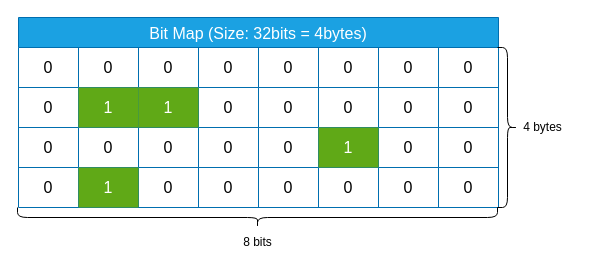
caoaolong/coding-soul-docs keeps this draw.io diagram as page "位图-结构" (3 of 3) of images/数据结构.drawio. Above is the earlier version. Source tidied: cells renumbered, new cells numbered last; positions are measured from the earlier drawing's top-left corner, leaving out a move shared by most shapes. Both pictures are drawn from the tidied source at 100%, with x=0, y=0 at pixel (18, -23).
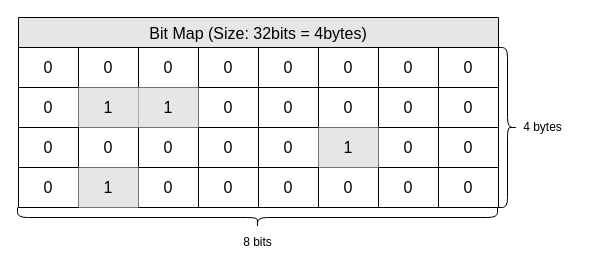
The same diagram, later.

What changed in the source:
```diff
@@
-    <mxCell id="2" value="Bit Map (Size: 32bits = 4bytes)" style="shape=table;startSize=30;childLayout=tableLayout;strokeColor=#006EAF;fontSize=16;fillColor=#1ba1e2;fontColor=#ffffff;" parent="1" vertex="1">
+    <mxCell id="2" value="Bit Map (Size: 32bits = 4bytes)" style="shape=table;startSize=30;childLayout=tableLayout;fontSize=16;labelBackgroundColor=none;fillColor=#E6E6E6;" parent="1" vertex="1">
       <mxGeometry y="40" width="480" height="190" as="geometry" />
     </mxCell>
-    <mxCell id="3" style="shape=tableRow;horizontal=0;startSize=0;swimlaneHead=0;swimlaneBody=0;strokeColor=inherit;top=0;left=0;bottom=0;right=0;fillColor=none;fontSize=16;" parent="2" vertex="1">
+    <mxCell id="3" style="shape=tableRow;horizontal=0;startSize=0;swimlaneHead=0;swimlaneBody=0;top=0;left=0;bottom=0;right=0;fillColor=none;fontSize=16;labelBackgroundColor=none;" parent="2" vertex="1">
       <mxGeometry y="30" width="480" height="40" as="geometry" />
     </mxCell>
-    <mxCell id="4" value="0" style="shape=partialRectangle;html=1;whiteSpace=wrap;strokeColor=inherit;overflow=hidden;fillColor=none;top=0;left=0;bottom=0;right=0;fontSize=16;" parent="3" vertex="1">
+    <mxCell id="4" value="0" style="shape=partialRectangle;html=1;whiteSpace=wrap;overflow=hidden;fillColor=none;top=0;left=0;bottom=0;right=0;fontSize=16;labelBackgroundColor=none;" parent="3" vertex="1">
       <mxGeometry width="60" height="40" as="geometry" />
     </mxCell>
-    <mxCell id="5" value="0" style="shape=partialRectangle;html=1;whiteSpace=wrap;strokeColor=inherit;overflow=hidden;fillColor=none;top=0;left=0;bottom=0;right=0;fontSize=16;" parent="3" vertex="1">
+    <mxCell id="5" value="0" style="shape=partialRectangle;html=1;whiteSpace=wrap;overflow=hidden;fillColor=none;top=0;left=0;bottom=0;right=0;fontSize=16;labelBackgroundColor=none;" parent="3" vertex="1">
       <mxGeometry x="60" width="60" height="40" as="geometry" />
     </mxCell>
-    <mxCell id="6" value="0" style="shape=partialRectangle;html=1;whiteSpace=wrap;strokeColor=inherit;overflow=hidden;fillColor=none;top=0;left=0;bottom=0;right=0;fontSize=16;" parent="3" vertex="1">
+    <mxCell id="6" value="0" style="shape=partialRectangle;html=1;whiteSpace=wrap;overflow=hidden;fillColor=none;top=0;left=0;bottom=0;right=0;fontSize=16;labelBackgroundColor=none;" parent="3" vertex="1">
       <mxGeometry x="120" width="60" height="40" as="geometry" />
     </mxCell>
-    <mxCell id="7" value="0" style="shape=partialRectangle;html=1;whiteSpace=wrap;strokeColor=inherit;overflow=hidden;fillColor=none;top=0;left=0;bottom=0;right=0;fontSize=16;" parent="3" vertex="1">
+    <mxCell id="7" value="0" style="shape=partialRectangle;html=1;whiteSpace=wrap;overflow=hidden;fillColor=none;top=0;left=0;bottom=0;right=0;fontSize=16;labelBackgroundColor=none;" parent="3" vertex="1">
       <mxGeometry x="180" width="60" height="40" as="geometry" />
     </mxCell>
-    <mxCell id="8" value="0" style="shape=partialRectangle;html=1;whiteSpace=wrap;strokeColor=inherit;overflow=hidden;fillColor=none;top=0;left=0;bottom=0;right=0;fontSize=16;" parent="3" vertex="1">
+    <mxCell id="8" value="0" style="shape=partialRectangle;html=1;whiteSpace=wrap;overflow=hidden;fillColor=none;top=0;left=0;bottom=0;right=0;fontSize=16;labelBackgroundColor=none;" parent="3" vertex="1">
       <mxGeometry x="240" width="60" height="40" as="geometry" />
     </mxCell>
-    <mxCell id="9" value="0" style="shape=partialRectangle;html=1;whiteSpace=wrap;strokeColor=inherit;overflow=hidden;fillColor=none;top=0;left=0;bottom=0;right=0;fontSize=16;" parent="3" vertex="1">
+    <mxCell id="9" value="0" style="shape=partialRectangle;html=1;whiteSpace=wrap;overflow=hidden;fillColor=none;top=0;left=0;bottom=0;right=0;fontSize=16;labelBackgroundColor=none;" parent="3" vertex="1">
       <mxGeometry x="300" width="60" height="40" as="geometry" />
     </mxCell>
-    <mxCell id="10" value="0" style="shape=partialRectangle;html=1;whiteSpace=wrap;strokeColor=inherit;overflow=hidden;fillColor=none;top=0;left=0;bottom=0;right=0;fontSize=16;" parent="3" vertex="1">
+    <mxCell id="10" value="0" style="shape=partialRectangle;html=1;whiteSpace=wrap;overflow=hidden;fillColor=none;top=0;left=0;bottom=0;right=0;fontSize=16;labelBackgroundColor=none;" parent="3" vertex="1">
       <mxGeometry x="360" width="60" height="40" as="geometry" />
     </mxCell>
-    <mxCell id="11" value="0" style="shape=partialRectangle;html=1;whiteSpace=wrap;strokeColor=inherit;overflow=hidden;fillColor=none;top=0;left=0;bottom=0;right=0;fontSize=16;" parent="3" vertex="1">
+    <mxCell id="11" value="0" style="shape=partialRectangle;html=1;whiteSpace=wrap;overflow=hidden;fillColor=none;top=0;left=0;bottom=0;right=0;fontSize=16;labelBackgroundColor=none;" parent="3" vertex="1">
       <mxGeometry x="420" width="60" height="40" as="geometry" />
     </mxCell>
-    <mxCell id="12" style="shape=tableRow;horizontal=0;startSize=0;swimlaneHead=0;swimlaneBody=0;strokeColor=inherit;top=0;left=0;bottom=0;right=0;fillColor=none;fontSize=16;" parent="2" vertex="1">
+    <mxCell id="12" style="shape=tableRow;horizontal=0;startSize=0;swimlaneHead=0;swimlaneBody=0;top=0;left=0;bottom=0;right=0;fillColor=none;fontSize=16;labelBackgroundColor=none;" parent="2" vertex="1">
       <mxGeometry y="70" width="480" height="40" as="geometry" />
     </mxCell>
-    <mxCell id="13" value="0" style="shape=partialRectangle;html=1;whiteSpace=wrap;strokeColor=inherit;overflow=hidden;fillColor=none;top=0;left=0;bottom=0;right=0;fontSize=16;" parent="12" vertex="1">
+    <mxCell id="13" value="0" style="shape=partialRectangle;html=1;whiteSpace=wrap;overflow=hidden;fillColor=none;top=0;left=0;bottom=0;right=0;fontSize=16;labelBackgroundColor=none;" parent="12" vertex="1">
       <mxGeometry width="60" height="40" as="geometry" />
     </mxCell>
-    <mxCell id="14" value="1" style="shape=partialRectangle;html=1;whiteSpace=wrap;strokeColor=#2D7600;overflow=hidden;fillColor=#60a917;top=0;left=0;bottom=0;right=0;fontSize=16;fontColor=#ffffff;" parent="12" vertex="1">
+    <mxCell id="14" value="1" style="shape=partialRectangle;html=1;whiteSpace=wrap;overflow=hidden;top=0;left=0;bottom=0;right=0;fontSize=16;labelBackgroundColor=none;fillColor=#E6E6E6;" parent="12" vertex="1">
       <mxGeometry x="60" width="60" height="40" as="geometry" />
     </mxCell>
-    <mxCell id="15" value="1" style="shape=partialRectangle;html=1;whiteSpace=wrap;strokeColor=#2D7600;overflow=hidden;fillColor=#60a917;top=0;left=0;bottom=0;right=0;fontSize=16;fontColor=#ffffff;" parent="12" vertex="1">
+    <mxCell id="15" value="1" style="shape=partialRectangle;html=1;whiteSpace=wrap;overflow=hidden;top=0;left=0;bottom=0;right=0;fontSize=16;labelBackgroundColor=none;fillColor=#E6E6E6;" parent="12" vertex="1">
       <mxGeometry x="120" width="60" height="40" as="geometry" />
     </mxCell>
-    <mxCell id="16" value="0" style="shape=partialRectangle;html=1;whiteSpace=wrap;strokeColor=inherit;overflow=hidden;fillColor=none;top=0;left=0;bottom=0;right=0;fontSize=16;" parent="12" vertex="1">
+    <mxCell id="16" value="0" style="shape=partialRectangle;html=1;whiteSpace=wrap;overflow=hidden;fillColor=none;top=0;left=0;bottom=0;right=0;fontSize=16;labelBackgroundColor=none;" parent="12" vertex="1">
       <mxGeometry x="180" width="60" height="40" as="geometry" />
     </mxCell>
-    <mxCell id="17" value="0" style="shape=partialRectangle;html=1;whiteSpace=wrap;strokeColor=inherit;overflow=hidden;fillColor=none;top=0;left=0;bottom=0;right=0;fontSize=16;" parent="12" vertex="1">
+    <mxCell id="17" value="0" style="shape=partialRectangle;html=1;whiteSpace=wrap;overflow=hidden;fillColor=none;top=0;left=0;bottom=0;right=0;fontSize=16;labelBackgroundColor=none;" parent="12" vertex="1">
       <mxGeometry x="240" width="60" height="40" as="geometry" />
     </mxCell>
-    <mxCell id="18" value="0" style="shape=partialRectangle;html=1;whiteSpace=wrap;strokeColor=inherit;overflow=hidden;fillColor=none;top=0;left=0;bottom=0;right=0;fontSize=16;" parent="12" vertex="1">
+    <mxCell id="18" value="0" style="shape=partialRectangle;html=1;whiteSpace=wrap;overflow=hidden;fillColor=none;top=0;left=0;bottom=0;right=0;fontSize=16;labelBackgroundColor=none;" parent="12" vertex="1">
       <mxGeometry x="300" width="60" height="40" as="geometry" />
     </mxCell>
-    <mxCell id="19" value="0" style="shape=partialRectangle;html=1;whiteSpace=wrap;strokeColor=inherit;overflow=hidden;fillColor=none;top=0;left=0;bottom=0;right=0;fontSize=16;" parent="12" vertex="1">
+    <mxCell id="19" value="0" style="shape=partialRectangle;html=1;whiteSpace=wrap;overflow=hidden;fillColor=none;top=0;left=0;bottom=0;right=0;fontSize=16;labelBackgroundColor=none;" parent="12" vertex="1">
       <mxGeometry x="360" width="60" height="40" as="geometry" />
     </mxCell>
-    <mxCell id="20" value="0" style="shape=partialRectangle;html=1;whiteSpace=wrap;strokeColor=inherit;overflow=hidden;fillColor=none;top=0;left=0;bottom=0;right=0;fontSize=16;" parent="12" vertex="1">
+    <mxCell id="20" value="0" style="shape=partialRectangle;html=1;whiteSpace=wrap;overflow=hidden;fillColor=none;top=0;left=0;bottom=0;right=0;fontSize=16;labelBackgroundColor=none;" parent="12" vertex="1">
       <mxGeometry x="420" width="60" height="40" as="geometry" />
     </mxCell>
-    <mxCell id="21" style="shape=tableRow;horizontal=0;startSize=0;swimlaneHead=0;swimlaneBody=0;strokeColor=inherit;top=0;left=0;bottom=0;right=0;fillColor=none;fontSize=16;" parent="2" vertex="1">
+    <mxCell id="21" style="shape=tableRow;horizontal=0;startSize=0;swimlaneHead=0;swimlaneBody=0;top=0;left=0;bottom=0;right=0;fillColor=none;fontSize=16;labelBackgroundColor=none;" parent="2" vertex="1">
       <mxGeometry y="110" width="480" height="40" as="geometry" />
     </mxCell>
-    <mxCell id="22" value="0" style="shape=partialRectangle;html=1;whiteSpace=wrap;strokeColor=inherit;overflow=hidden;fillColor=none;top=0;left=0;bottom=0;right=0;fontSize=16;" parent="21" vertex="1">
+    <mxCell id="22" value="0" style="shape=partialRectangle;html=1;whiteSpace=wrap;overflow=hidden;fillColor=none;top=0;left=0;bottom=0;right=0;fontSize=16;labelBackgroundColor=none;" parent="21" vertex="1">
       <mxGeometry width="60" height="40" as="geometry" />
     </mxCell>
-    <mxCell id="23" value="0" style="shape=partialRectangle;html=1;whiteSpace=wrap;strokeColor=inherit;overflow=hidden;fillColor=none;top=0;left=0;bottom=0;right=0;fontSize=16;" parent="21" vertex="1">
+    <mxCell id="23" value="0" style="shape=partialRectangle;html=1;whiteSpace=wrap;overflow=hidden;fillColor=none;top=0;left=0;bottom=0;right=0;fontSize=16;labelBackgroundColor=none;" parent="21" vertex="1">
       <mxGeometry x="60" width="60" height="40" as="geometry" />
     </mxCell>
-    <mxCell id="24" value="0" style="shape=partialRectangle;html=1;whiteSpace=wrap;strokeColor=inherit;overflow=hidden;fillColor=none;top=0;left=0;bottom=0;right=0;fontSize=16;" parent="21" vertex="1">
+    <mxCell id="24" value="0" style="shape=partialRectangle;html=1;whiteSpace=wrap;overflow=hidden;fillColor=none;top=0;left=0;bottom=0;right=0;fontSize=16;labelBackgroundColor=none;" parent="21" vertex="1">
       <mxGeometry x="120" width="60" height="40" as="geometry" />
     </mxCell>
-    <mxCell id="25" value="0" style="shape=partialRectangle;html=1;whiteSpace=wrap;strokeColor=inherit;overflow=hidden;fillColor=none;top=0;left=0;bottom=0;right=0;fontSize=16;" parent="21" vertex="1">
+    <mxCell id="25" value="0" style="shape=partialRectangle;html=1;whiteSpace=wrap;overflow=hidden;fillColor=none;top=0;left=0;bottom=0;right=0;fontSize=16;labelBackgroundColor=none;" parent="21" vertex="1">
       <mxGeometry x="180" width="60" height="40" as="geometry" />
     </mxCell>
-    <mxCell id="26" value="0" style="shape=partialRectangle;html=1;whiteSpace=wrap;strokeColor=inherit;overflow=hidden;fillColor=none;top=0;left=0;bottom=0;right=0;fontSize=16;" parent="21" vertex="1">
+    <mxCell id="26" value="0" style="shape=partialRectangle;html=1;whiteSpace=wrap;overflow=hidden;fillColor=none;top=0;left=0;bottom=0;right=0;fontSize=16;labelBackgroundColor=none;" parent="21" vertex="1">
       <mxGeometry x="240" width="60" height="40" as="geometry" />
     </mxCell>
-    <mxCell id="27" value="1" style="shape=partialRectangle;html=1;whiteSpace=wrap;strokeColor=#2D7600;overflow=hidden;fillColor=#60a917;top=0;left=0;bottom=0;right=0;fontSize=16;fontColor=#ffffff;" parent="21" vertex="1">
+    <mxCell id="27" value="1" style="shape=partialRectangle;html=1;whiteSpace=wrap;overflow=hidden;top=0;left=0;bottom=0;right=0;fontSize=16;labelBackgroundColor=none;fillColor=#E6E6E6;" parent="21" vertex="1">
       <mxGeometry x="300" width="60" height="40" as="geometry" />
     </mxCell>
-    <mxCell id="28" value="0" style="shape=partialRectangle;html=1;whiteSpace=wrap;strokeColor=inherit;overflow=hidden;fillColor=none;top=0;left=0;bottom=0;right=0;fontSize=16;" parent="21" vertex="1">
+    <mxCell id="28" value="0" style="shape=partialRectangle;html=1;whiteSpace=wrap;overflow=hidden;fillColor=none;top=0;left=0;bottom=0;right=0;fontSize=16;labelBackgroundColor=none;" parent="21" vertex="1">
       <mxGeometry x="360" width="60" height="40" as="geometry" />
     </mxCell>
-    <mxCell id="29" value="0" style="shape=partialRectangle;html=1;whiteSpace=wrap;strokeColor=inherit;overflow=hidden;fillColor=none;top=0;left=0;bottom=0;right=0;fontSize=16;" parent="21" vertex="1">
+    <mxCell id="29" value="0" style="shape=partialRectangle;html=1;whiteSpace=wrap;overflow=hidden;fillColor=none;top=0;left=0;bottom=0;right=0;fontSize=16;labelBackgroundColor=none;" parent="21" vertex="1">
       <mxGeometry x="420" width="60" height="40" as="geometry" />
     </mxCell>
-    <mxCell id="30" style="shape=tableRow;horizontal=0;startSize=0;swimlaneHead=0;swimlaneBody=0;strokeColor=inherit;top=0;left=0;bottom=0;right=0;fillColor=none;fontSize=16;" parent="2" vertex="1">
+    <mxCell id="30" style="shape=tableRow;horizontal=0;startSize=0;swimlaneHead=0;swimlaneBody=0;top=0;left=0;bottom=0;right=0;fillColor=none;fontSize=16;labelBackgroundColor=none;" parent="2" vertex="1">
       <mxGeometry y="150" width="480" height="40" as="geometry" />
     </mxCell>
-    <mxCell id="31" value="0" style="shape=partialRectangle;html=1;whiteSpace=wrap;strokeColor=inherit;overflow=hidden;fillColor=none;top=0;left=0;bottom=0;right=0;fontSize=16;" parent="30" vertex="1">
+    <mxCell id="31" value="0" style="shape=partialRectangle;html=1;whiteSpace=wrap;overflow=hidden;fillColor=none;top=0;left=0;bottom=0;right=0;fontSize=16;labelBackgroundColor=none;" parent="30" vertex="1">
       <mxGeometry width="60" height="40" as="geometry" />
     </mxCell>
-    <mxCell id="32" value="1" style="shape=partialRectangle;html=1;whiteSpace=wrap;strokeColor=#2D7600;overflow=hidden;fillColor=#60a917;top=0;left=0;bottom=0;right=0;fontSize=16;fontColor=#ffffff;" parent="30" vertex="1">
+    <mxCell id="32" value="1" style="shape=partialRectangle;html=1;whiteSpace=wrap;overflow=hidden;top=0;left=0;bottom=0;right=0;fontSize=16;labelBackgroundColor=none;fillColor=#E6E6E6;" parent="30" vertex="1">
       <mxGeometry x="60" width="60" height="40" as="geometry" />
     </mxCell>
-    <mxCell id="33" value="0" style="shape=partialRectangle;html=1;whiteSpace=wrap;strokeColor=inherit;overflow=hidden;fillColor=none;top=0;left=0;bottom=0;right=0;fontSize=16;" parent="30" vertex="1">
+    <mxCell id="33" value="0" style="shape=partialRectangle;html=1;whiteSpace=wrap;overflow=hidden;fillColor=none;top=0;left=0;bottom=0;right=0;fontSize=16;labelBackgroundColor=none;" parent="30" vertex="1">
       <mxGeometry x="120" width="60" height="40" as="geometry" />
     </mxCell>
-    <mxCell id="34" value="0" style="shape=partialRectangle;html=1;whiteSpace=wrap;strokeColor=inherit;overflow=hidden;fillColor=none;top=0;left=0;bottom=0;right=0;fontSize=16;" parent="30" vertex="1">
+    <mxCell id="34" value="0" style="shape=partialRectangle;html=1;whiteSpace=wrap;overflow=hidden;fillColor=none;top=0;left=0;bottom=0;right=0;fontSize=16;labelBackgroundColor=none;" parent="30" vertex="1">
       <mxGeometry x="180" width="60" height="40" as="geometry" />
     </mxCell>
-    <mxCell id="35" value="0" style="shape=partialRectangle;html=1;whiteSpace=wrap;strokeColor=inherit;overflow=hidden;fillColor=none;top=0;left=0;bottom=0;right=0;fontSize=16;" parent="30" vertex="1">
+    <mxCell id="35" value="0" style="shape=partialRectangle;html=1;whiteSpace=wrap;overflow=hidden;fillColor=none;top=0;left=0;bottom=0;right=0;fontSize=16;labelBackgroundColor=none;" parent="30" vertex="1">
       <mxGeometry x="240" width="60" height="40" as="geometry" />
     </mxCell>
-    <mxCell id="36" value="0" style="shape=partialRectangle;html=1;whiteSpace=wrap;strokeColor=inherit;overflow=hidden;fillColor=none;top=0;left=0;bottom=0;right=0;fontSize=16;" parent="30" vertex="1">
+    <mxCell id="36" value="0" style="shape=partialRectangle;html=1;whiteSpace=wrap;overflow=hidden;fillColor=none;top=0;left=0;bottom=0;right=0;fontSize=16;labelBackgroundColor=none;" parent="30" vertex="1">
       <mxGeometry x="300" width="60" height="40" as="geometry" />
     </mxCell>
-    <mxCell id="37" value="0" style="shape=partialRectangle;html=1;whiteSpace=wrap;strokeColor=inherit;overflow=hidden;fillColor=none;top=0;left=0;bottom=0;right=0;fontSize=16;" parent="30" vertex="1">
+    <mxCell id="37" value="0" style="shape=partialRectangle;html=1;whiteSpace=wrap;overflow=hidden;fillColor=none;top=0;left=0;bottom=0;right=0;fontSize=16;labelBackgroundColor=none;" parent="30" vertex="1">
       <mxGeometry x="360" width="60" height="40" as="geometry" />
     </mxCell>
-    <mxCell id="38" value="0" style="shape=partialRectangle;html=1;whiteSpace=wrap;strokeColor=inherit;overflow=hidden;fillColor=none;top=0;left=0;bottom=0;right=0;fontSize=16;" parent="30" vertex="1">
+    <mxCell id="38" value="0" style="shape=partialRectangle;html=1;whiteSpace=wrap;overflow=hidden;fillColor=none;top=0;left=0;bottom=0;right=0;fontSize=16;labelBackgroundColor=none;" parent="30" vertex="1">
       <mxGeometry x="420" width="60" height="40" as="geometry" />
     </mxCell>
-    <mxCell id="39" style="shape=curlyBracket;whiteSpace=wrap;html=1;rounded=1;flipH=1;labelPosition=right;verticalLabelPosition=middle;align=left;verticalAlign=middle;size=0.5;" parent="1" vertex="1">
+    <mxCell id="39" style="shape=curlyBracket;whiteSpace=wrap;html=1;rounded=1;flipH=1;labelPosition=right;verticalLabelPosition=middle;align=left;verticalAlign=middle;size=0.5;labelBackgroundColor=none;" parent="1" vertex="1">
       <mxGeometry x="479" y="70" width="20" height="160" as="geometry" />
     </mxCell>
-    <mxCell id="40" value="4 bytes" style="text;html=1;align=center;verticalAlign=middle;strokeColor=none;fillColor=none;" parent="1" vertex="1">
+    <mxCell id="40" value="4 bytes" style="text;html=1;align=center;verticalAlign=middle;strokeColor=none;fillColor=none;labelBackgroundColor=none;" parent="1" vertex="1">
       <mxGeometry x="494" y="135" width="60" height="30" as="geometry" />
     </mxCell>
-    <mxCell id="41" style="shape=curlyBracket;whiteSpace=wrap;html=1;rounded=1;flipH=1;labelPosition=right;verticalLabelPosition=middle;align=left;verticalAlign=middle;rotation=90;" parent="1" vertex="1">
+    <mxCell id="41" style="shape=curlyBracket;whiteSpace=wrap;html=1;rounded=1;flipH=1;labelPosition=right;verticalLabelPosition=middle;align=left;verticalAlign=middle;rotation=90;labelBackgroundColor=none;" parent="1" vertex="1">
       <mxGeometry x="229" width="20" height="480" as="geometry" />
     </mxCell>
-    <mxCell id="42" value="8 bits" style="text;html=1;align=center;verticalAlign=middle;strokeColor=none;fillColor=none;" parent="1" vertex="1">
+    <mxCell id="42" value="8 bits" style="text;html=1;align=center;verticalAlign=middle;strokeColor=none;fillColor=none;labelBackgroundColor=none;" parent="1" vertex="1">
       <mxGeometry x="214" y="250" width="50" height="30" as="geometry" />
     </mxCell>
```
